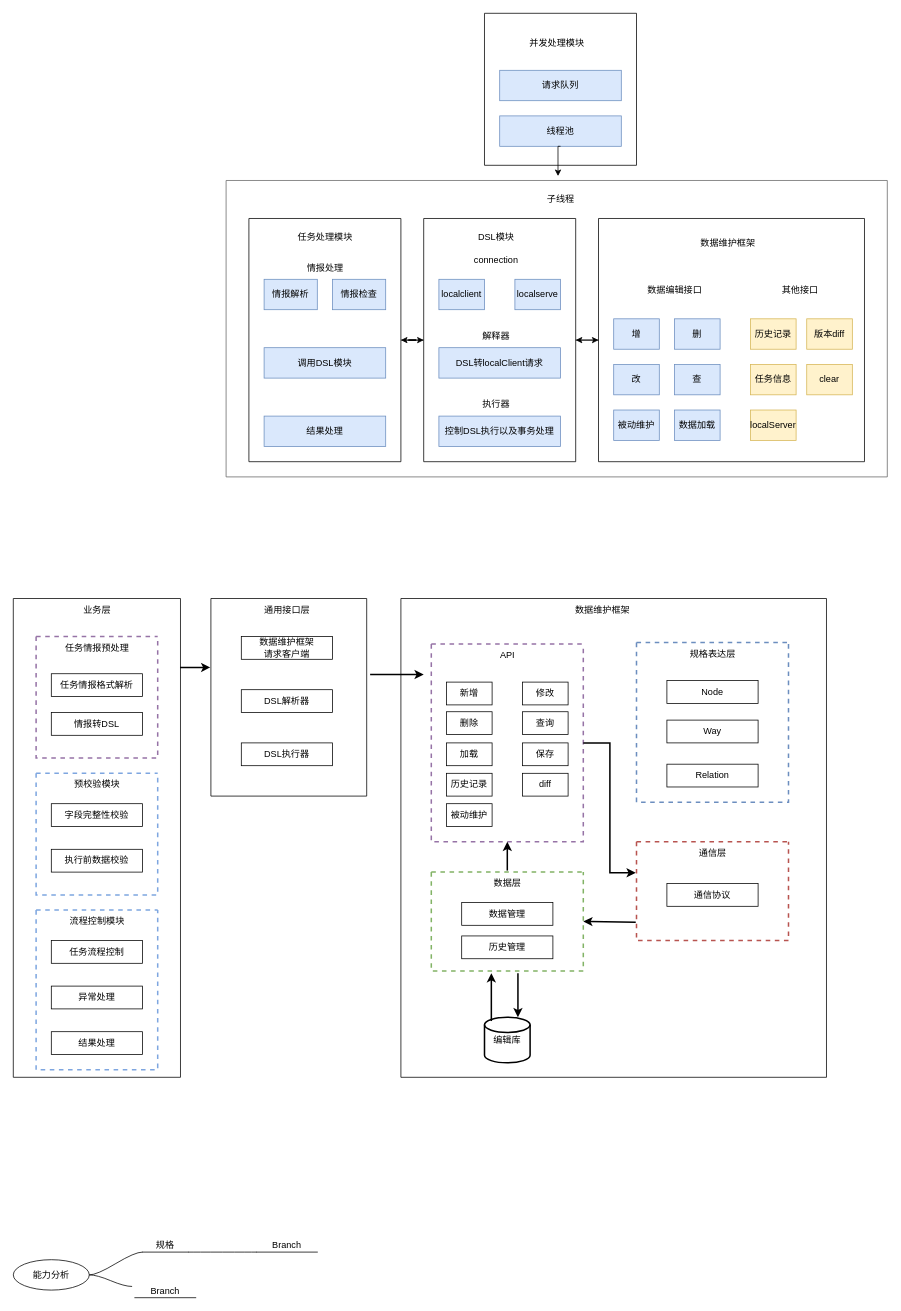
chaijinsong/draw.io keeps this draw.io diagram as kunyu-auto-server/前端自动化服务架构图.drawio. Above is the earlier version. Source tidied: cells renumbered, new cells numbered last; positions are measured from the earlier drawing's top-left corner, leaving out a move shared by most shapes. Both pictures are drawn from the tidied source at 76%, with x=0, y=0 at pixel (13, 13).
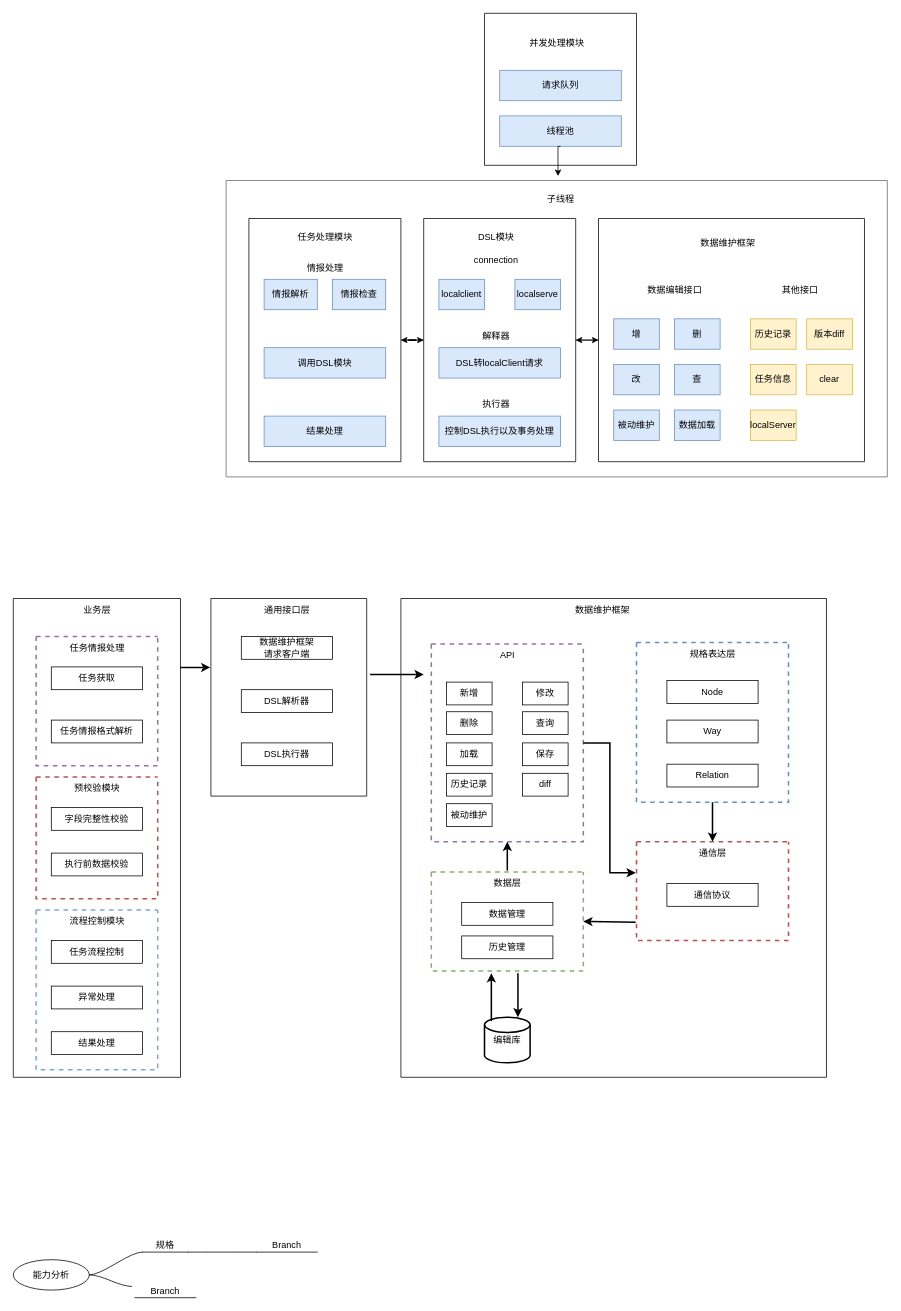
After the change.

Commit message:
更新前端自动化服务架构图.drawio

Unchanged cells that the change refers to:
```xml
<mxCell id="44" style="swimlane;startSize=0;fillColor=#dae8fc;strokeColor=#6c8ebf;strokeWidth=2;dashed=1;" parent="1" vertex="1">
  <mxGeometry x="820" y="828" width="200" height="210" as="geometry" />
</mxCell>
<mxCell id="50" value="通信层" style="text;html=1;align=center;verticalAlign=middle;points=[];strokeColor=none;fillColor=none;" parent="49" vertex="1">
  <mxGeometry x="70" width="60" height="30" as="geometry" />
</mxCell>
<mxCell id="81" style="swimlane;startSize=0;" parent="1" vertex="1">
  <mxGeometry y="770" width="220" height="630" as="geometry" />
</mxCell>
```

What changed in the source:
```diff
@@
+    <mxCell id="104" style="edgeStyle=orthogonalEdgeStyle;rounded=0;jettySize=auto;html=1;strokeWidth=2;" parent="1" edge="1" source="44" target="50">
+      <mxGeometry relative="1" as="geometry" />
+    </mxCell>
@@
-    <mxCell id="83" style="swimlane;startSize=0;dashed=1;strokeWidth=2;strokeColor=#7EA6E0;" parent="81" vertex="1">
-      <mxGeometry x="30" y="230" width="160" height="160" as="geometry" />
+    <mxCell id="83" style="swimlane;startSize=0;dashed=1;strokeWidth=2;strokeColor=#b85450;fillColor=#f8cecc;" parent="81" vertex="1">
+      <mxGeometry x="30" y="235" width="160" height="160" as="geometry" />
     </mxCell>
@@
     <mxCell id="87" style="swimlane;startSize=0;dashed=1;strokeWidth=2;strokeColor=#9673a6;fillColor=#e1d5e7;" parent="81" vertex="1">
-      <mxGeometry x="30" y="50" width="160" height="160" as="geometry" />
+      <mxGeometry x="30" y="50" width="160" height="170" as="geometry" />
     </mxCell>
     <mxCell id="88" value="任务情报格式解析" style="rounded=0;whiteSpace=wrap;html=1;" parent="87" vertex="1">
-      <mxGeometry x="20" y="49" width="120" height="30" as="geometry" />
+      <mxGeometry x="20" y="110" width="120" height="30" as="geometry" />
     </mxCell>
-    <mxCell id="89" value="情报转DSL" style="rounded=0;whiteSpace=wrap;html=1;" parent="87" vertex="1">
-      <mxGeometry x="20" y="100" width="120" height="30" as="geometry" />
-    </mxCell>
-    <mxCell id="90" value="任务情报预处理" style="text;html=1;align=center;verticalAlign=middle;strokeColor=none;fillColor=none;" parent="87" vertex="1">
-      <mxGeometry x="25" width="110" height="30" as="geometry" />
+    <mxCell id="90" value="任务情报处理" style="text;html=1;align=center;verticalAlign=middle;strokeColor=none;fillColor=none;" parent="87" vertex="1">
+      <mxGeometry x="30" width="100" height="30" as="geometry" />
     </mxCell>
+    <mxCell id="105" value="任务获取" style="rounded=0;whiteSpace=wrap;html=1;" parent="87" vertex="1">
+      <mxGeometry x="20" y="40" width="120" height="30" as="geometry" />
+    </mxCell>
```
